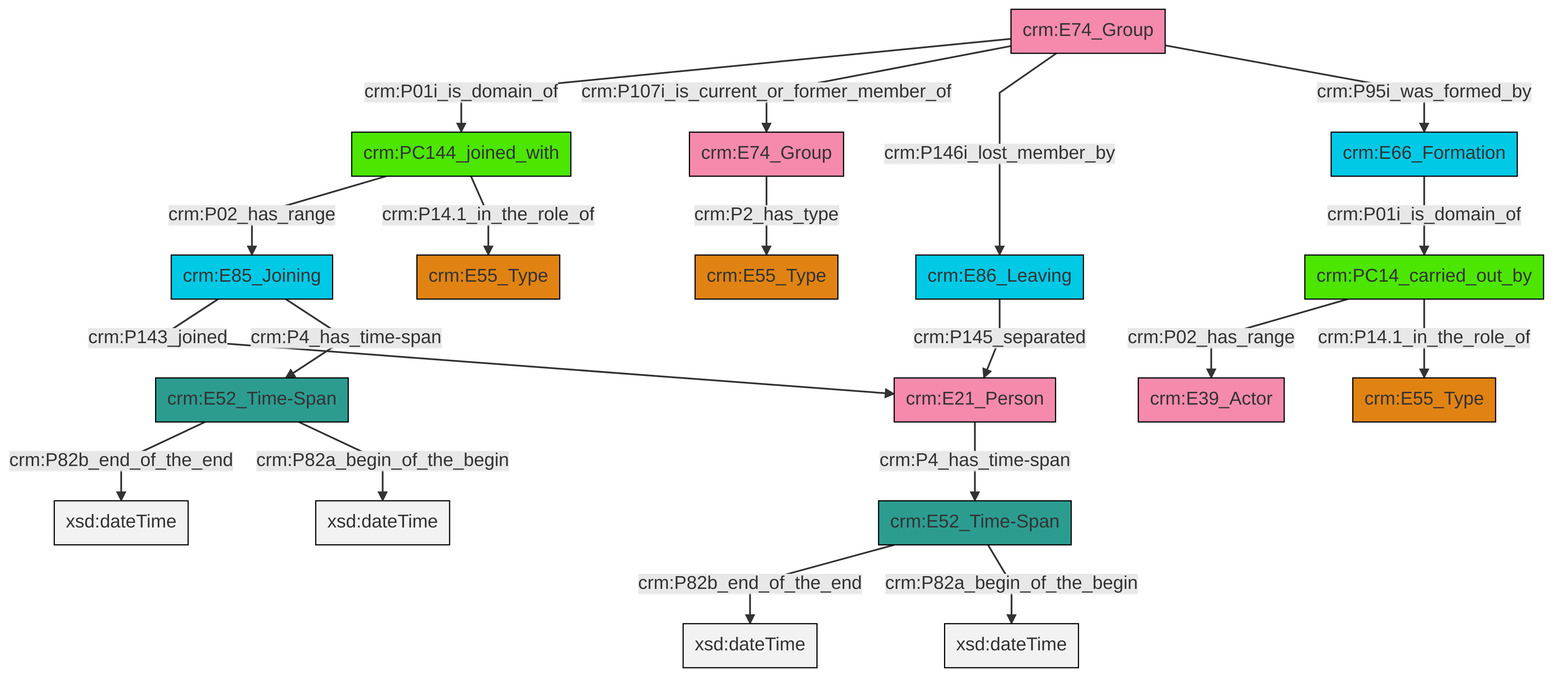
The Mermaid diagram et/groupCSV/ttl/mmd/png/group_actor_relations.png in swiss-art-research-net/docs.swissartresearch, before a commit. Its source is kept beside it as et/groupCSV/ttl/mmd/group_actor_relations.ttl.mmd. Its diagram source:
```mermaid
graph TD
classDef Literal fill:#f2f2f2,stroke:#000000;
classDef CRM_Entity fill:#FFFFFF,stroke:#000000;
classDef Temporal_Entity fill:#00C9E6, stroke:#000000;
classDef Type fill:#E18312, stroke:#000000;
classDef Time-Span fill:#2C9C91, stroke:#000000;
classDef Appellation fill:#FFEB7F, stroke:#000000;
classDef Place fill:#008836, stroke:#000000;
classDef Persistent_Item fill:#B266B2, stroke:#000000;
classDef Conceptual_Object fill:#FFD700, stroke:#000000;
classDef Physical_Thing fill:#D2B48C, stroke:#000000;
classDef Actor fill:#f58aad, stroke:#000000;
classDef PC_Classes fill:#4ce600, stroke:#000000;
classDef Multi fill:#cccccc,stroke:#000000;

0["crm:E52_Time-Span"]:::Time-Span -->|crm:P82b_end_of_the_end| 1[xsd:dateTime]:::Literal
4["crm:E21_Person"]:::Actor -->|crm:P4_has_time-span| 5["crm:E52_Time-Span"]:::Time-Span
8["crm:E66_Formation"]:::Temporal_Entity -->|crm:P01i_is_domain_of| 9["crm:PC14_carried_out_by"]:::PC_Classes
15["crm:E74_Group"]:::Actor -->|crm:P01i_is_domain_of| 17["crm:PC144_joined_with"]:::PC_Classes
18["crm:E86_Leaving"]:::Temporal_Entity -->|crm:P145_separated| 4["crm:E21_Person"]:::Actor
15["crm:E74_Group"]:::Actor -->|crm:P107i_is_current_or_former_member_of| 19["crm:E74_Group"]:::Actor
15["crm:E74_Group"]:::Actor -->|crm:P146i_lost_member_by| 18["crm:E86_Leaving"]:::Temporal_Entity
5["crm:E52_Time-Span"]:::Time-Span -->|crm:P82b_end_of_the_end| 23[xsd:dateTime]:::Literal
9["crm:PC14_carried_out_by"]:::PC_Classes -->|crm:P02_has_range| 12["crm:E39_Actor"]:::Actor
5["crm:E52_Time-Span"]:::Time-Span -->|crm:P82a_begin_of_the_begin| 25[xsd:dateTime]:::Literal
26["crm:E85_Joining"]:::Temporal_Entity -->|crm:P143_joined| 4["crm:E21_Person"]:::Actor
17["crm:PC144_joined_with"]:::PC_Classes -->|crm:P02_has_range| 26["crm:E85_Joining"]:::Temporal_Entity
9["crm:PC14_carried_out_by"]:::PC_Classes -->|crm:P14.1_in_the_role_of| 21["crm:E55_Type"]:::Type
26["crm:E85_Joining"]:::Temporal_Entity -->|crm:P4_has_time-span| 0["crm:E52_Time-Span"]:::Time-Span
0["crm:E52_Time-Span"]:::Time-Span -->|crm:P82a_begin_of_the_begin| 32[xsd:dateTime]:::Literal
17["crm:PC144_joined_with"]:::PC_Classes -->|crm:P14.1_in_the_role_of| 6["crm:E55_Type"]:::Type
15["crm:E74_Group"]:::Actor -->|crm:P95i_was_formed_by| 8["crm:E66_Formation"]:::Temporal_Entity
19["crm:E74_Group"]:::Actor -->|crm:P2_has_type| 2["crm:E55_Type"]:::Type
```
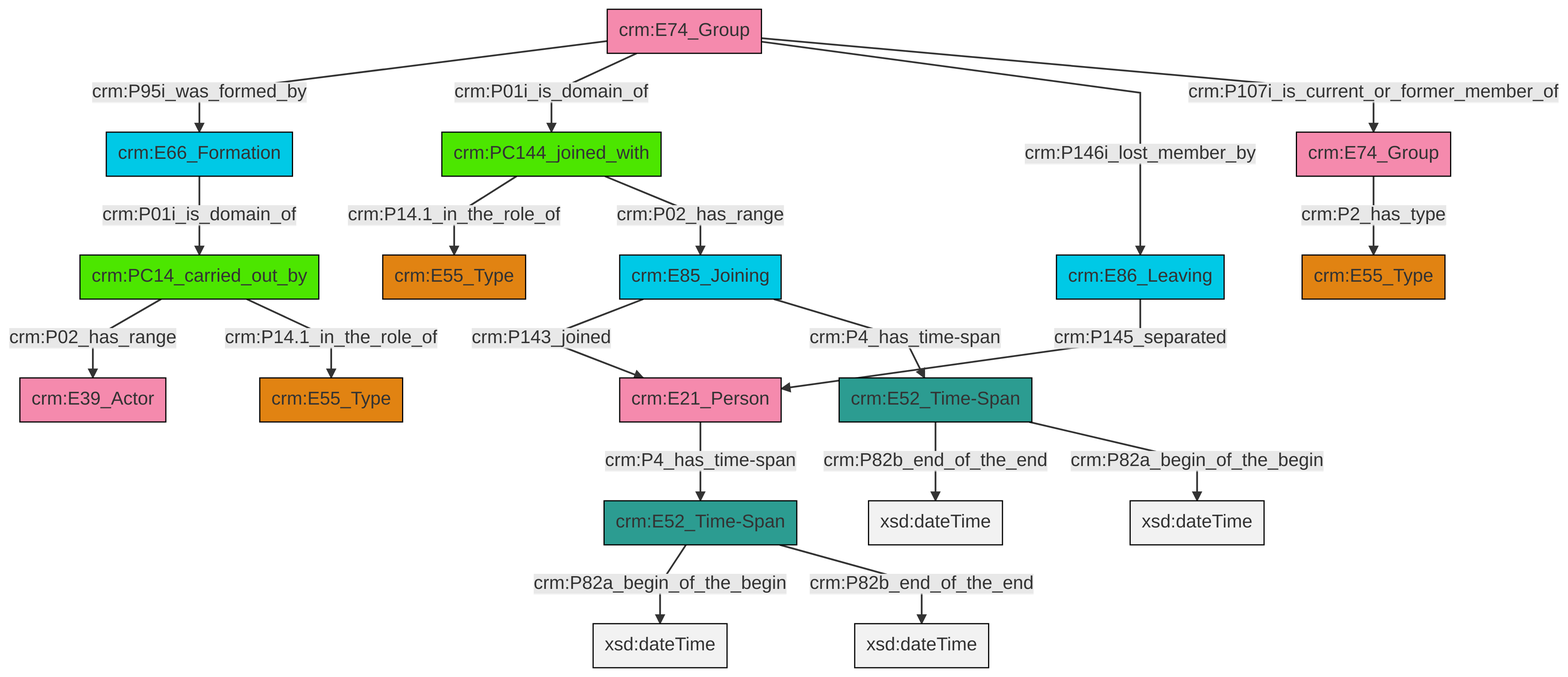
Later version of the same file.

The edit, as a diff of the source:
```diff
@@ -13,21 +13,21 @@
 classDef PC_Classes fill:#4ce600, stroke:#000000;
 classDef Multi fill:#cccccc,stroke:#000000;
 
-0["crm:E52_Time-Span"]:::Time-Span -->|crm:P82b_end_of_the_end| 1[xsd:dateTime]:::Literal
-4["crm:E21_Person"]:::Actor -->|crm:P4_has_time-span| 5["crm:E52_Time-Span"]:::Time-Span
-8["crm:E66_Formation"]:::Temporal_Entity -->|crm:P01i_is_domain_of| 9["crm:PC14_carried_out_by"]:::PC_Classes
-15["crm:E74_Group"]:::Actor -->|crm:P01i_is_domain_of| 17["crm:PC144_joined_with"]:::PC_Classes
-18["crm:E86_Leaving"]:::Temporal_Entity -->|crm:P145_separated| 4["crm:E21_Person"]:::Actor
-15["crm:E74_Group"]:::Actor -->|crm:P107i_is_current_or_former_member_of| 19["crm:E74_Group"]:::Actor
-15["crm:E74_Group"]:::Actor -->|crm:P146i_lost_member_by| 18["crm:E86_Leaving"]:::Temporal_Entity
-5["crm:E52_Time-Span"]:::Time-Span -->|crm:P82b_end_of_the_end| 23[xsd:dateTime]:::Literal
-9["crm:PC14_carried_out_by"]:::PC_Classes -->|crm:P02_has_range| 12["crm:E39_Actor"]:::Actor
-5["crm:E52_Time-Span"]:::Time-Span -->|crm:P82a_begin_of_the_begin| 25[xsd:dateTime]:::Literal
-26["crm:E85_Joining"]:::Temporal_Entity -->|crm:P143_joined| 4["crm:E21_Person"]:::Actor
-17["crm:PC144_joined_with"]:::PC_Classes -->|crm:P02_has_range| 26["crm:E85_Joining"]:::Temporal_Entity
-9["crm:PC14_carried_out_by"]:::PC_Classes -->|crm:P14.1_in_the_role_of| 21["crm:E55_Type"]:::Type
-26["crm:E85_Joining"]:::Temporal_Entity -->|crm:P4_has_time-span| 0["crm:E52_Time-Span"]:::Time-Span
-0["crm:E52_Time-Span"]:::Time-Span -->|crm:P82a_begin_of_the_begin| 32[xsd:dateTime]:::Literal
-17["crm:PC144_joined_with"]:::PC_Classes -->|crm:P14.1_in_the_role_of| 6["crm:E55_Type"]:::Type
-15["crm:E74_Group"]:::Actor -->|crm:P95i_was_formed_by| 8["crm:E66_Formation"]:::Temporal_Entity
-19["crm:E74_Group"]:::Actor -->|crm:P2_has_type| 2["crm:E55_Type"]:::Type
+4["crm:E74_Group"]:::Actor -->|crm:P95i_was_formed_by| 5["crm:E66_Formation"]:::Temporal_Entity
+2["crm:PC14_carried_out_by"]:::PC_Classes -->|crm:P02_has_range| 9["crm:E39_Actor"]:::Actor
+10["crm:E86_Leaving"]:::Temporal_Entity -->|crm:P145_separated| 0["crm:E21_Person"]:::Actor
+4["crm:E74_Group"]:::Actor -->|crm:P01i_is_domain_of| 13["crm:PC144_joined_with"]:::PC_Classes
+14["crm:E74_Group"]:::Actor -->|crm:P2_has_type| 15["crm:E55_Type"]:::Type
+13["crm:PC144_joined_with"]:::PC_Classes -->|crm:P14.1_in_the_role_of| 16["crm:E55_Type"]:::Type
+2["crm:PC14_carried_out_by"]:::PC_Classes -->|crm:P14.1_in_the_role_of| 20["crm:E55_Type"]:::Type
+6["crm:E85_Joining"]:::Temporal_Entity -->|crm:P143_joined| 0["crm:E21_Person"]:::Actor
+21["crm:E52_Time-Span"]:::Time-Span -->|crm:P82b_end_of_the_end| 22[xsd:dateTime]:::Literal
+0["crm:E21_Person"]:::Actor -->|crm:P4_has_time-span| 23["crm:E52_Time-Span"]:::Time-Span
+23["crm:E52_Time-Span"]:::Time-Span -->|crm:P82a_begin_of_the_begin| 26[xsd:dateTime]:::Literal
+4["crm:E74_Group"]:::Actor -->|crm:P146i_lost_member_by| 10["crm:E86_Leaving"]:::Temporal_Entity
+21["crm:E52_Time-Span"]:::Time-Span -->|crm:P82a_begin_of_the_begin| 27[xsd:dateTime]:::Literal
+5["crm:E66_Formation"]:::Temporal_Entity -->|crm:P01i_is_domain_of| 2["crm:PC14_carried_out_by"]:::PC_Classes
+6["crm:E85_Joining"]:::Temporal_Entity -->|crm:P4_has_time-span| 21["crm:E52_Time-Span"]:::Time-Span
+4["crm:E74_Group"]:::Actor -->|crm:P107i_is_current_or_former_member_of| 14["crm:E74_Group"]:::Actor
+13["crm:PC144_joined_with"]:::PC_Classes -->|crm:P02_has_range| 6["crm:E85_Joining"]:::Temporal_Entity
+23["crm:E52_Time-Span"]:::Time-Span -->|crm:P82b_end_of_the_end| 33[xsd:dateTime]:::Literal
```
